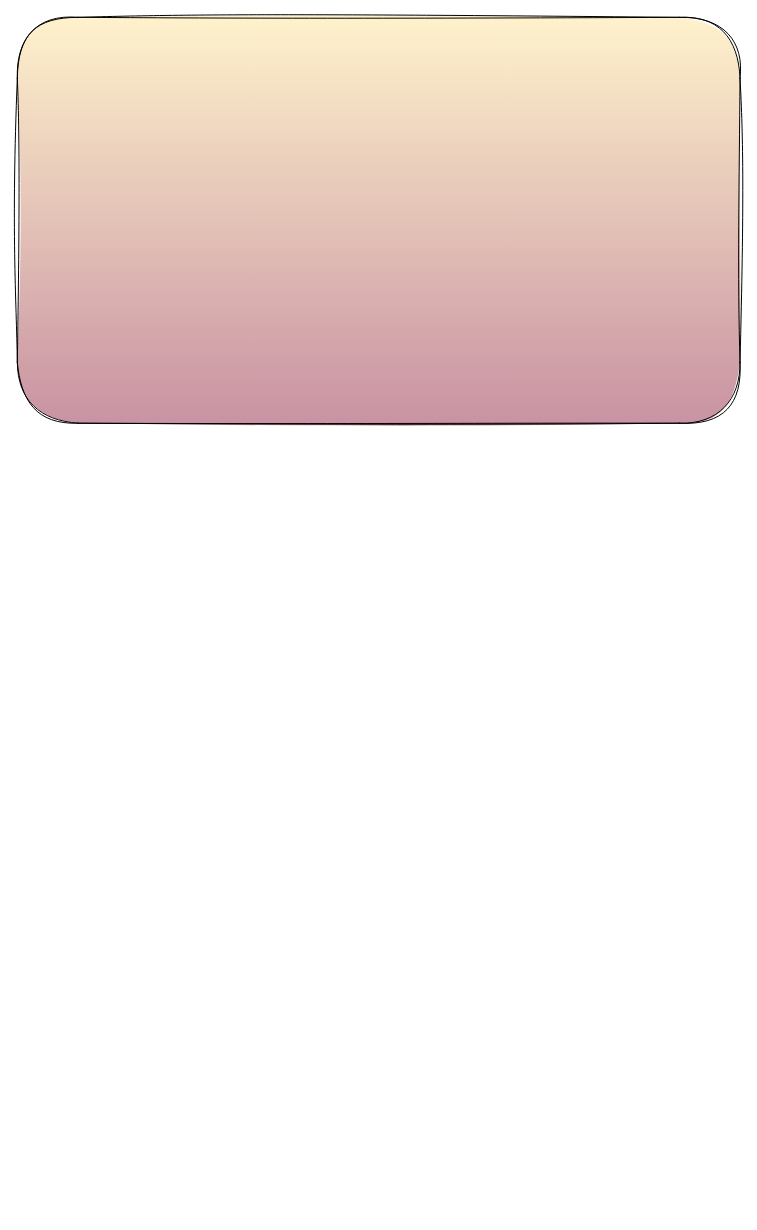
Earlier version of the draw.io diagram src/sanzhoushanhaijun/三粥山海君.drawio (lillcol/diagrams). Source tidied: cells renumbered, new cells numbered last; positions are measured from the earlier drawing's top-left corner, leaving out a move shared by most shapes. Both pictures are drawn from the tidied source at 99%, with x=0, y=0 at pixel (17, 17).
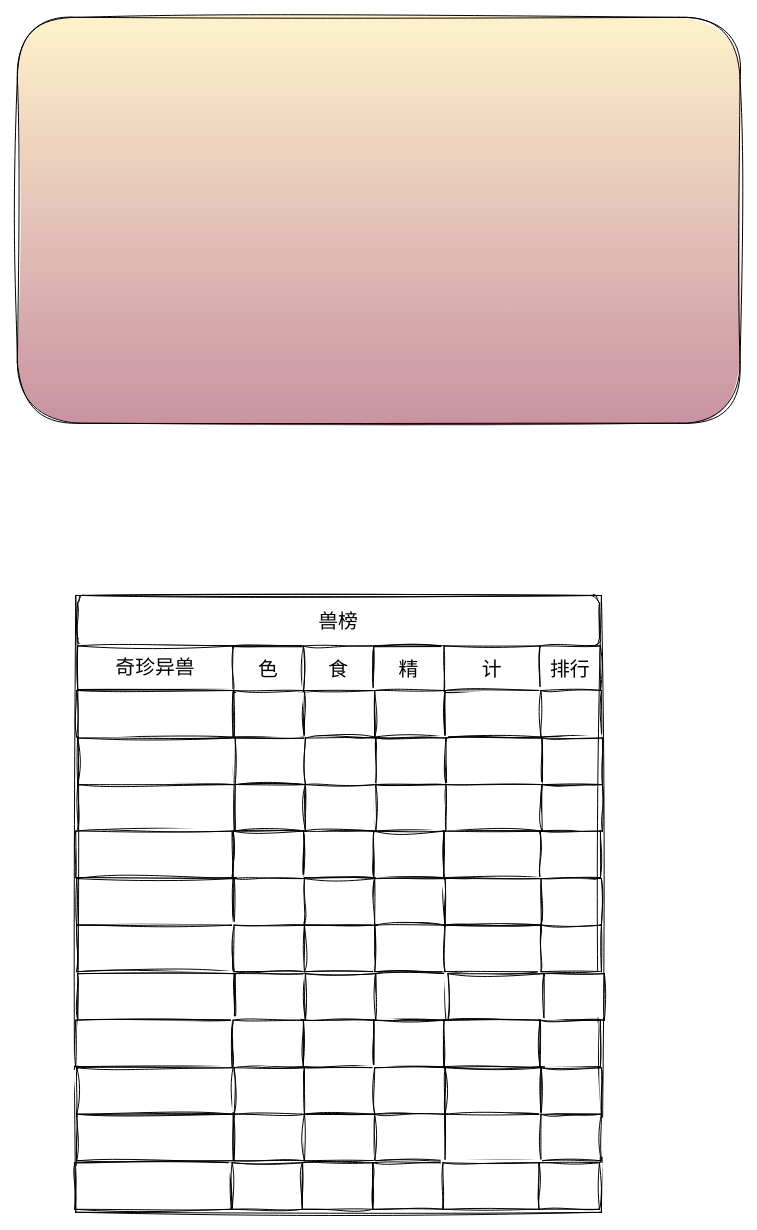
Above is the later version.

Commit message (it also covers changes not shown here):
更新三粥山海君.drawio

The edit, as a diff of the source:
```diff
@@
+    <mxCell id="3" value="兽榜" style="rounded=1;whiteSpace=wrap;html=1;sketch=1;hachureGap=4;jiggle=2;curveFitting=1;fontFamily=Architects Daughter;fontSize=20;" parent="1" vertex="1">
+      <mxGeometry x="61" y="584" width="527" height="51" as="geometry" />
+    </mxCell>
+    <mxCell id="4" value="奇珍异兽" style="rounded=0;whiteSpace=wrap;html=1;sketch=1;hachureGap=4;jiggle=2;curveFitting=1;fontFamily=Architects Daughter;fontSize=20;" parent="1" vertex="1">
+      <mxGeometry x="61" y="635" width="157" height="44" as="geometry" />
+    </mxCell>
+    <mxCell id="5" value="色" style="rounded=0;whiteSpace=wrap;html=1;sketch=1;hachureGap=4;jiggle=2;curveFitting=1;fontFamily=Architects Daughter;fontSize=20;" parent="1" vertex="1">
+      <mxGeometry x="218" y="635" width="71" height="47" as="geometry" />
+    </mxCell>
+    <mxCell id="6" value="食" style="rounded=0;whiteSpace=wrap;html=1;sketch=1;hachureGap=4;jiggle=2;curveFitting=1;fontFamily=Architects Daughter;fontSize=20;" parent="1" vertex="1">
+      <mxGeometry x="289" y="635" width="71" height="47" as="geometry" />
+    </mxCell>
+    <mxCell id="7" value="精" style="rounded=0;whiteSpace=wrap;html=1;sketch=1;hachureGap=4;jiggle=2;curveFitting=1;fontFamily=Architects Daughter;fontSize=20;" parent="1" vertex="1">
+      <mxGeometry x="360" y="635" width="71" height="47" as="geometry" />
+    </mxCell>
+    <mxCell id="8" value="计" style="rounded=0;whiteSpace=wrap;html=1;sketch=1;hachureGap=4;jiggle=2;curveFitting=1;fontFamily=Architects Daughter;fontSize=20;" parent="1" vertex="1">
+      <mxGeometry x="431" y="635" width="97" height="47" as="geometry" />
+    </mxCell>
+    <mxCell id="9" value="排行" style="rounded=0;whiteSpace=wrap;html=1;sketch=1;hachureGap=4;jiggle=2;curveFitting=1;fontFamily=Architects Daughter;fontSize=20;" parent="1" vertex="1">
+      <mxGeometry x="528" y="635" width="61" height="47" as="geometry" />
+    </mxCell>
+    <mxCell id="10" style="rounded=0;whiteSpace=wrap;html=1;sketch=1;hachureGap=4;jiggle=2;curveFitting=1;fontFamily=Architects Daughter;fontSize=20;" parent="1" vertex="1">
+      <mxGeometry x="60" y="680" width="158" height="47" as="geometry" />
+    </mxCell>
+    <mxCell id="11" style="rounded=0;whiteSpace=wrap;html=1;sketch=1;hachureGap=4;jiggle=2;curveFitting=1;fontFamily=Architects Daughter;fontSize=20;" parent="1" vertex="1">
+      <mxGeometry x="219" y="680" width="71" height="47" as="geometry" />
+    </mxCell>
+    <mxCell id="12" style="rounded=0;whiteSpace=wrap;html=1;sketch=1;hachureGap=4;jiggle=2;curveFitting=1;fontFamily=Architects Daughter;fontSize=20;" parent="1" vertex="1">
+      <mxGeometry x="290" y="680" width="71" height="47" as="geometry" />
+    </mxCell>
+    <mxCell id="13" style="rounded=0;whiteSpace=wrap;html=1;sketch=1;hachureGap=4;jiggle=2;curveFitting=1;fontFamily=Architects Daughter;fontSize=20;" parent="1" vertex="1">
+      <mxGeometry x="361" y="680" width="71" height="47" as="geometry" />
+    </mxCell>
+    <mxCell id="14" style="rounded=0;whiteSpace=wrap;html=1;sketch=1;hachureGap=4;jiggle=2;curveFitting=1;fontFamily=Architects Daughter;fontSize=20;" parent="1" vertex="1">
+      <mxGeometry x="432" y="680" width="97" height="47" as="geometry" />
+    </mxCell>
+    <mxCell id="15" style="rounded=0;whiteSpace=wrap;html=1;sketch=1;hachureGap=4;jiggle=2;curveFitting=1;fontFamily=Architects Daughter;fontSize=20;" parent="1" vertex="1">
+      <mxGeometry x="529" y="680" width="61" height="47" as="geometry" />
+    </mxCell>
+    <mxCell id="16" style="rounded=0;whiteSpace=wrap;html=1;sketch=1;hachureGap=4;jiggle=2;curveFitting=1;fontFamily=Architects Daughter;fontSize=20;" parent="1" vertex="1">
+      <mxGeometry x="61" y="728" width="158" height="47" as="geometry" />
+    </mxCell>
+    <mxCell id="17" style="rounded=0;whiteSpace=wrap;html=1;sketch=1;hachureGap=4;jiggle=2;curveFitting=1;fontFamily=Architects Daughter;fontSize=20;" parent="1" vertex="1">
+      <mxGeometry x="220" y="728" width="71" height="47" as="geometry" />
+    </mxCell>
+    <mxCell id="18" style="rounded=0;whiteSpace=wrap;html=1;sketch=1;hachureGap=4;jiggle=2;curveFitting=1;fontFamily=Architects Daughter;fontSize=20;" parent="1" vertex="1">
+      <mxGeometry x="291" y="728" width="71" height="47" as="geometry" />
+    </mxCell>
+    <mxCell id="19" style="rounded=0;whiteSpace=wrap;html=1;sketch=1;hachureGap=4;jiggle=2;curveFitting=1;fontFamily=Architects Daughter;fontSize=20;" parent="1" vertex="1">
+      <mxGeometry x="362" y="728" width="71" height="47" as="geometry" />
+    </mxCell>
+    <mxCell id="20" style="rounded=0;whiteSpace=wrap;html=1;sketch=1;hachureGap=4;jiggle=2;curveFitting=1;fontFamily=Architects Daughter;fontSize=20;" parent="1" vertex="1">
+      <mxGeometry x="433" y="728" width="97" height="47" as="geometry" />
+    </mxCell>
+    <mxCell id="21" style="rounded=0;whiteSpace=wrap;html=1;sketch=1;hachureGap=4;jiggle=2;curveFitting=1;fontFamily=Architects Daughter;fontSize=20;" parent="1" vertex="1">
+      <mxGeometry x="530" y="728" width="61" height="47" as="geometry" />
+    </mxCell>
+    <mxCell id="22" style="rounded=0;whiteSpace=wrap;html=1;sketch=1;hachureGap=4;jiggle=2;curveFitting=1;fontFamily=Architects Daughter;fontSize=20;" parent="1" vertex="1">
+      <mxGeometry x="61" y="775" width="158" height="47" as="geometry" />
+    </mxCell>
+    <mxCell id="23" style="rounded=0;whiteSpace=wrap;html=1;sketch=1;hachureGap=4;jiggle=2;curveFitting=1;fontFamily=Architects Daughter;fontSize=20;" parent="1" vertex="1">
+      <mxGeometry x="220" y="775" width="71" height="47" as="geometry" />
+    </mxCell>
+    <mxCell id="24" style="rounded=0;whiteSpace=wrap;html=1;sketch=1;hachureGap=4;jiggle=2;curveFitting=1;fontFamily=Architects Daughter;fontSize=20;" parent="1" vertex="1">
+      <mxGeometry x="291" y="775" width="71" height="47" as="geometry" />
+    </mxCell>
+    <mxCell id="25" style="rounded=0;whiteSpace=wrap;html=1;sketch=1;hachureGap=4;jiggle=2;curveFitting=1;fontFamily=Architects Daughter;fontSize=20;" parent="1" vertex="1">
+      <mxGeometry x="362" y="775" width="71" height="47" as="geometry" />
+    </mxCell>
+    <mxCell id="26" style="rounded=0;whiteSpace=wrap;html=1;sketch=1;hachureGap=4;jiggle=2;curveFitting=1;fontFamily=Architects Daughter;fontSize=20;" parent="1" vertex="1">
+      <mxGeometry x="433" y="775" width="97" height="47" as="geometry" />
+    </mxCell>
+    <mxCell id="27" style="rounded=0;whiteSpace=wrap;html=1;sketch=1;hachureGap=4;jiggle=2;curveFitting=1;fontFamily=Architects Daughter;fontSize=20;" parent="1" vertex="1">
+      <mxGeometry x="530" y="775" width="61" height="47" as="geometry" />
+    </mxCell>
+    <mxCell id="28" style="rounded=0;whiteSpace=wrap;html=1;sketch=1;hachureGap=4;jiggle=2;curveFitting=1;fontFamily=Architects Daughter;fontSize=20;" parent="1" vertex="1">
+      <mxGeometry x="59" y="822" width="158" height="47" as="geometry" />
+    </mxCell>
+    <mxCell id="29" style="rounded=0;whiteSpace=wrap;html=1;sketch=1;hachureGap=4;jiggle=2;curveFitting=1;fontFamily=Architects Daughter;fontSize=20;" parent="1" vertex="1">
+      <mxGeometry x="218" y="822" width="71" height="47" as="geometry" />
+    </mxCell>
+    <mxCell id="30" style="rounded=0;whiteSpace=wrap;html=1;sketch=1;hachureGap=4;jiggle=2;curveFitting=1;fontFamily=Architects Daughter;fontSize=20;" parent="1" vertex="1">
+      <mxGeometry x="289" y="822" width="71" height="47" as="geometry" />
+    </mxCell>
+    <mxCell id="31" style="rounded=0;whiteSpace=wrap;html=1;sketch=1;hachureGap=4;jiggle=2;curveFitting=1;fontFamily=Architects Daughter;fontSize=20;" parent="1" vertex="1">
+      <mxGeometry x="360" y="822" width="71" height="47" as="geometry" />
+    </mxCell>
+    <mxCell id="32" style="rounded=0;whiteSpace=wrap;html=1;sketch=1;hachureGap=4;jiggle=2;curveFitting=1;fontFamily=Architects Daughter;fontSize=20;" parent="1" vertex="1">
+      <mxGeometry x="431" y="822" width="97" height="47" as="geometry" />
+    </mxCell>
+    <mxCell id="33" style="rounded=0;whiteSpace=wrap;html=1;sketch=1;hachureGap=4;jiggle=2;curveFitting=1;fontFamily=Architects Daughter;fontSize=20;" parent="1" vertex="1">
+      <mxGeometry x="528" y="822" width="61" height="47" as="geometry" />
+    </mxCell>
+    <mxCell id="34" style="rounded=0;whiteSpace=wrap;html=1;sketch=1;hachureGap=4;jiggle=2;curveFitting=1;fontFamily=Architects Daughter;fontSize=20;" parent="1" vertex="1">
+      <mxGeometry x="60" y="870" width="158" height="47" as="geometry" />
+    </mxCell>
+    <mxCell id="35" style="rounded=0;whiteSpace=wrap;html=1;sketch=1;hachureGap=4;jiggle=2;curveFitting=1;fontFamily=Architects Daughter;fontSize=20;" parent="1" vertex="1">
+      <mxGeometry x="219" y="870" width="71" height="47" as="geometry" />
+    </mxCell>
+    <mxCell id="36" style="rounded=0;whiteSpace=wrap;html=1;sketch=1;hachureGap=4;jiggle=2;curveFitting=1;fontFamily=Architects Daughter;fontSize=20;" parent="1" vertex="1">
+      <mxGeometry x="290" y="870" width="71" height="47" as="geometry" />
+    </mxCell>
+    <mxCell id="37" style="rounded=0;whiteSpace=wrap;html=1;sketch=1;hachureGap=4;jiggle=2;curveFitting=1;fontFamily=Architects Daughter;fontSize=20;" parent="1" vertex="1">
+      <mxGeometry x="361" y="870" width="71" height="47" as="geometry" />
+    </mxCell>
+    <mxCell id="38" style="rounded=0;whiteSpace=wrap;html=1;sketch=1;hachureGap=4;jiggle=2;curveFitting=1;fontFamily=Architects Daughter;fontSize=20;" parent="1" vertex="1">
+      <mxGeometry x="432" y="870" width="97" height="47" as="geometry" />
+    </mxCell>
+    <mxCell id="39" style="rounded=0;whiteSpace=wrap;html=1;sketch=1;hachureGap=4;jiggle=2;curveFitting=1;fontFamily=Architects Daughter;fontSize=20;" parent="1" vertex="1">
+      <mxGeometry x="529" y="870" width="61" height="47" as="geometry" />
+    </mxCell>
+    <mxCell id="40" style="rounded=0;whiteSpace=wrap;html=1;sketch=1;hachureGap=4;jiggle=2;curveFitting=1;fontFamily=Architects Daughter;fontSize=20;" parent="1" vertex="1">
+      <mxGeometry x="60" y="917" width="158" height="47" as="geometry" />
+    </mxCell>
+    <mxCell id="41" style="rounded=0;whiteSpace=wrap;html=1;sketch=1;hachureGap=4;jiggle=2;curveFitting=1;fontFamily=Architects Daughter;fontSize=20;" parent="1" vertex="1">
+      <mxGeometry x="219" y="917" width="71" height="47" as="geometry" />
+    </mxCell>
+    <mxCell id="42" style="rounded=0;whiteSpace=wrap;html=1;sketch=1;hachureGap=4;jiggle=2;curveFitting=1;fontFamily=Architects Daughter;fontSize=20;" parent="1" vertex="1">
+      <mxGeometry x="290" y="917" width="71" height="47" as="geometry" />
+    </mxCell>
+    <mxCell id="43" style="rounded=0;whiteSpace=wrap;html=1;sketch=1;hachureGap=4;jiggle=2;curveFitting=1;fontFamily=Architects Daughter;fontSize=20;" parent="1" vertex="1">
+      <mxGeometry x="361" y="917" width="71" height="47" as="geometry" />
+    </mxCell>
+    <mxCell id="44" style="rounded=0;whiteSpace=wrap;html=1;sketch=1;hachureGap=4;jiggle=2;curveFitting=1;fontFamily=Architects Daughter;fontSize=20;" parent="1" vertex="1">
+      <mxGeometry x="432" y="917" width="97" height="47" as="geometry" />
+    </mxCell>
+    <mxCell id="45" style="rounded=0;whiteSpace=wrap;html=1;sketch=1;hachureGap=4;jiggle=2;curveFitting=1;fontFamily=Architects Daughter;fontSize=20;" parent="1" vertex="1">
+      <mxGeometry x="529" y="917" width="61" height="47" as="geometry" />
+    </mxCell>
+    <mxCell id="46" style="rounded=0;whiteSpace=wrap;html=1;sketch=1;hachureGap=4;jiggle=2;curveFitting=1;fontFamily=Architects Daughter;fontSize=20;fillColor=none;" parent="1" vertex="1">
+      <mxGeometry x="59" y="584" width="531" height="623" as="geometry" />
+    </mxCell>
+    <mxCell id="47" style="rounded=0;whiteSpace=wrap;html=1;sketch=1;hachureGap=4;jiggle=2;curveFitting=1;fontFamily=Architects Daughter;fontSize=20;" parent="1" vertex="1">
+      <mxGeometry x="61" y="966" width="158" height="47" as="geometry" />
+    </mxCell>
+    <mxCell id="48" style="rounded=0;whiteSpace=wrap;html=1;sketch=1;hachureGap=4;jiggle=2;curveFitting=1;fontFamily=Architects Daughter;fontSize=20;" parent="1" vertex="1">
+      <mxGeometry x="220" y="966" width="71" height="47" as="geometry" />
+    </mxCell>
+    <mxCell id="49" style="rounded=0;whiteSpace=wrap;html=1;sketch=1;hachureGap=4;jiggle=2;curveFitting=1;fontFamily=Architects Daughter;fontSize=20;" parent="1" vertex="1">
+      <mxGeometry x="291" y="966" width="71" height="47" as="geometry" />
+    </mxCell>
+    <mxCell id="50" style="rounded=0;whiteSpace=wrap;html=1;sketch=1;hachureGap=4;jiggle=2;curveFitting=1;fontFamily=Architects Daughter;fontSize=20;" parent="1" vertex="1">
+      <mxGeometry x="362" y="966" width="71" height="47" as="geometry" />
+    </mxCell>
+    <mxCell id="51" style="rounded=0;whiteSpace=wrap;html=1;sketch=1;hachureGap=4;jiggle=2;curveFitting=1;fontFamily=Architects Daughter;fontSize=20;" parent="1" vertex="1">
+      <mxGeometry x="435" y="966" width="97" height="47" as="geometry" />
+    </mxCell>
+    <mxCell id="52" style="rounded=0;whiteSpace=wrap;html=1;sketch=1;hachureGap=4;jiggle=2;curveFitting=1;fontFamily=Architects Daughter;fontSize=20;" parent="1" vertex="1">
+      <mxGeometry x="532" y="966" width="61" height="47" as="geometry" />
+    </mxCell>
+    <mxCell id="53" style="rounded=0;whiteSpace=wrap;html=1;sketch=1;hachureGap=4;jiggle=2;curveFitting=1;fontFamily=Architects Daughter;fontSize=20;" parent="1" vertex="1">
+      <mxGeometry x="59" y="1013" width="158" height="47" as="geometry" />
+    </mxCell>
+    <mxCell id="54" style="rounded=0;whiteSpace=wrap;html=1;sketch=1;hachureGap=4;jiggle=2;curveFitting=1;fontFamily=Architects Daughter;fontSize=20;" parent="1" vertex="1">
+      <mxGeometry x="218" y="1013" width="71" height="47" as="geometry" />
+    </mxCell>
+    <mxCell id="55" style="rounded=0;whiteSpace=wrap;html=1;sketch=1;hachureGap=4;jiggle=2;curveFitting=1;fontFamily=Architects Daughter;fontSize=20;" parent="1" vertex="1">
+      <mxGeometry x="289" y="1013" width="71" height="47" as="geometry" />
+    </mxCell>
+    <mxCell id="56" style="rounded=0;whiteSpace=wrap;html=1;sketch=1;hachureGap=4;jiggle=2;curveFitting=1;fontFamily=Architects Daughter;fontSize=20;" parent="1" vertex="1">
+      <mxGeometry x="360" y="1013" width="71" height="47" as="geometry" />
+    </mxCell>
+    <mxCell id="57" style="rounded=0;whiteSpace=wrap;html=1;sketch=1;hachureGap=4;jiggle=2;curveFitting=1;fontFamily=Architects Daughter;fontSize=20;" parent="1" vertex="1">
+      <mxGeometry x="431" y="1013" width="97" height="47" as="geometry" />
+    </mxCell>
+    <mxCell id="58" style="rounded=0;whiteSpace=wrap;html=1;sketch=1;hachureGap=4;jiggle=2;curveFitting=1;fontFamily=Architects Daughter;fontSize=20;" parent="1" vertex="1">
+      <mxGeometry x="528" y="1013" width="61" height="47" as="geometry" />
+    </mxCell>
+    <mxCell id="59" style="rounded=0;whiteSpace=wrap;html=1;sketch=1;hachureGap=4;jiggle=2;curveFitting=1;fontFamily=Architects Daughter;fontSize=20;" parent="1" vertex="1">
+      <mxGeometry x="60" y="1061" width="158" height="47" as="geometry" />
+    </mxCell>
+    <mxCell id="60" style="rounded=0;whiteSpace=wrap;html=1;sketch=1;hachureGap=4;jiggle=2;curveFitting=1;fontFamily=Architects Daughter;fontSize=20;" parent="1" vertex="1">
+      <mxGeometry x="219" y="1061" width="71" height="47" as="geometry" />
+    </mxCell>
+    <mxCell id="61" style="rounded=0;whiteSpace=wrap;html=1;sketch=1;hachureGap=4;jiggle=2;curveFitting=1;fontFamily=Architects Daughter;fontSize=20;" parent="1" vertex="1">
+      <mxGeometry x="290" y="1061" width="71" height="47" as="geometry" />
+    </mxCell>
+    <mxCell id="62" style="rounded=0;whiteSpace=wrap;html=1;sketch=1;hachureGap=4;jiggle=2;curveFitting=1;fontFamily=Architects Daughter;fontSize=20;" parent="1" vertex="1">
+      <mxGeometry x="361" y="1061" width="71" height="47" as="geometry" />
+    </mxCell>
+    <mxCell id="63" style="rounded=0;whiteSpace=wrap;html=1;sketch=1;hachureGap=4;jiggle=2;curveFitting=1;fontFamily=Architects Daughter;fontSize=20;" parent="1" vertex="1">
+      <mxGeometry x="432" y="1061" width="97" height="47" as="geometry" />
+    </mxCell>
+    <mxCell id="64" style="rounded=0;whiteSpace=wrap;html=1;sketch=1;hachureGap=4;jiggle=2;curveFitting=1;fontFamily=Architects Daughter;fontSize=20;" parent="1" vertex="1">
+      <mxGeometry x="529" y="1061" width="61" height="47" as="geometry" />
+    </mxCell>
+    <mxCell id="65" style="rounded=0;whiteSpace=wrap;html=1;sketch=1;hachureGap=4;jiggle=2;curveFitting=1;fontFamily=Architects Daughter;fontSize=20;" parent="1" vertex="1">
+      <mxGeometry x="60" y="1108" width="158" height="47" as="geometry" />
+    </mxCell>
+    <mxCell id="66" style="rounded=0;whiteSpace=wrap;html=1;sketch=1;hachureGap=4;jiggle=2;curveFitting=1;fontFamily=Architects Daughter;fontSize=20;" parent="1" vertex="1">
+      <mxGeometry x="219" y="1108" width="71" height="47" as="geometry" />
+    </mxCell>
+    <mxCell id="67" style="rounded=0;whiteSpace=wrap;html=1;sketch=1;hachureGap=4;jiggle=2;curveFitting=1;fontFamily=Architects Daughter;fontSize=20;" parent="1" vertex="1">
+      <mxGeometry x="290" y="1108" width="71" height="47" as="geometry" />
+    </mxCell>
+    <mxCell id="68" style="rounded=0;whiteSpace=wrap;html=1;sketch=1;hachureGap=4;jiggle=2;curveFitting=1;fontFamily=Architects Daughter;fontSize=20;" parent="1" vertex="1">
+      <mxGeometry x="361" y="1108" width="71" height="47" as="geometry" />
+    </mxCell>
+    <mxCell id="69" style="rounded=0;whiteSpace=wrap;html=1;sketch=1;hachureGap=4;jiggle=2;curveFitting=1;fontFamily=Architects Daughter;fontSize=20;" parent="1" vertex="1">
+      <mxGeometry x="432" y="1108" width="97" height="47" as="geometry" />
+    </mxCell>
+    <mxCell id="70" style="rounded=0;whiteSpace=wrap;html=1;sketch=1;hachureGap=4;jiggle=2;curveFitting=1;fontFamily=Architects Daughter;fontSize=20;" parent="1" vertex="1">
+      <mxGeometry x="529" y="1108" width="61" height="47" as="geometry" />
+    </mxCell>
+    <mxCell id="71" style="rounded=0;whiteSpace=wrap;html=1;sketch=1;hachureGap=4;jiggle=2;curveFitting=1;fontFamily=Architects Daughter;fontSize=20;" parent="1" vertex="1">
+      <mxGeometry x="58" y="1157" width="158" height="47" as="geometry" />
+    </mxCell>
+    <mxCell id="72" style="rounded=0;whiteSpace=wrap;html=1;sketch=1;hachureGap=4;jiggle=2;curveFitting=1;fontFamily=Architects Daughter;fontSize=20;" parent="1" vertex="1">
+      <mxGeometry x="217" y="1157" width="71" height="47" as="geometry" />
+    </mxCell>
+    <mxCell id="73" style="rounded=0;whiteSpace=wrap;html=1;sketch=1;hachureGap=4;jiggle=2;curveFitting=1;fontFamily=Architects Daughter;fontSize=20;" parent="1" vertex="1">
+      <mxGeometry x="288" y="1157" width="71" height="47" as="geometry" />
+    </mxCell>
+    <mxCell id="74" style="rounded=0;whiteSpace=wrap;html=1;sketch=1;hachureGap=4;jiggle=2;curveFitting=1;fontFamily=Architects Daughter;fontSize=20;" parent="1" vertex="1">
+      <mxGeometry x="359" y="1157" width="71" height="47" as="geometry" />
+    </mxCell>
+    <mxCell id="75" style="rounded=0;whiteSpace=wrap;html=1;sketch=1;hachureGap=4;jiggle=2;curveFitting=1;fontFamily=Architects Daughter;fontSize=20;" parent="1" vertex="1">
+      <mxGeometry x="430" y="1157" width="97" height="47" as="geometry" />
+    </mxCell>
+    <mxCell id="76" style="rounded=0;whiteSpace=wrap;html=1;sketch=1;hachureGap=4;jiggle=2;curveFitting=1;fontFamily=Architects Daughter;fontSize=20;" parent="1" vertex="1">
+      <mxGeometry x="527" y="1157" width="61" height="47" as="geometry" />
+    </mxCell>
```
